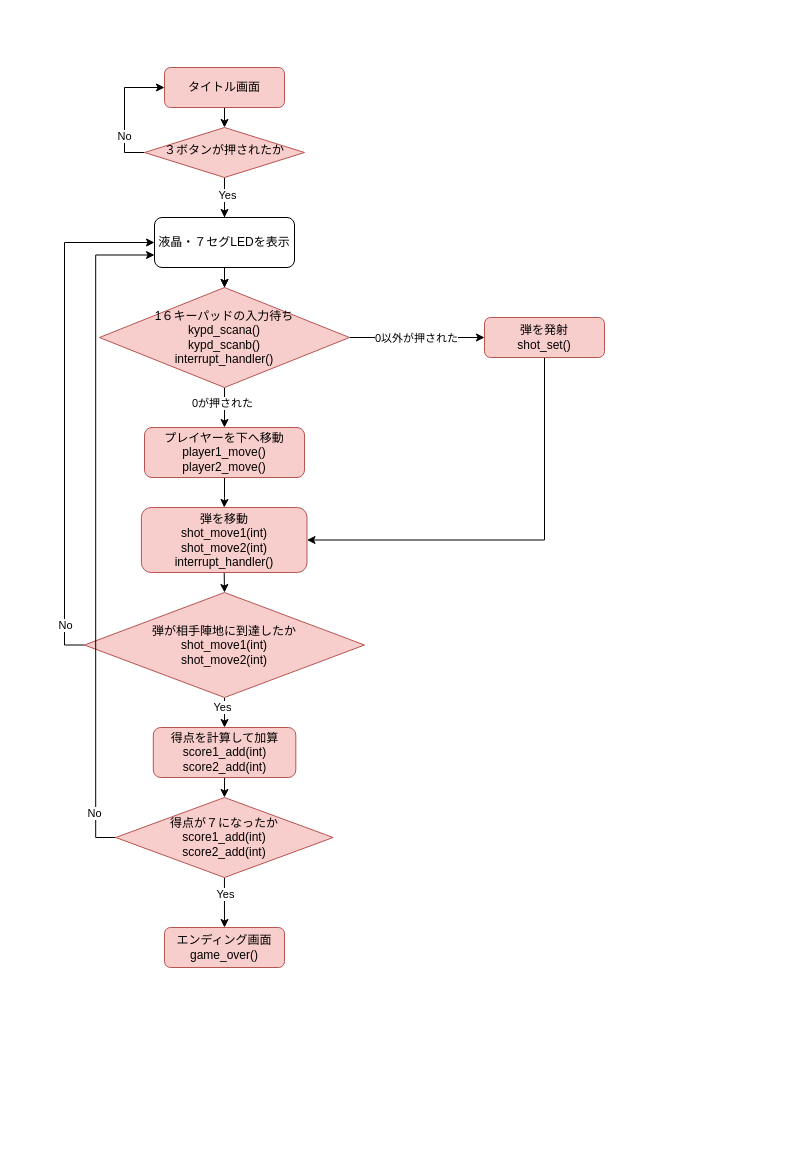
The draw.io diagram 名称未設定ファイル.drawio in Yuki-Hideo/MPjikken, before the edit. Source tidied: cells renumbered, new cells numbered last; positions are measured from the earlier drawing's top-left corner, leaving out a move shared by most shapes. Both pictures are drawn from the tidied source at 100%, with x=0, y=0 at pixel (84, 67).
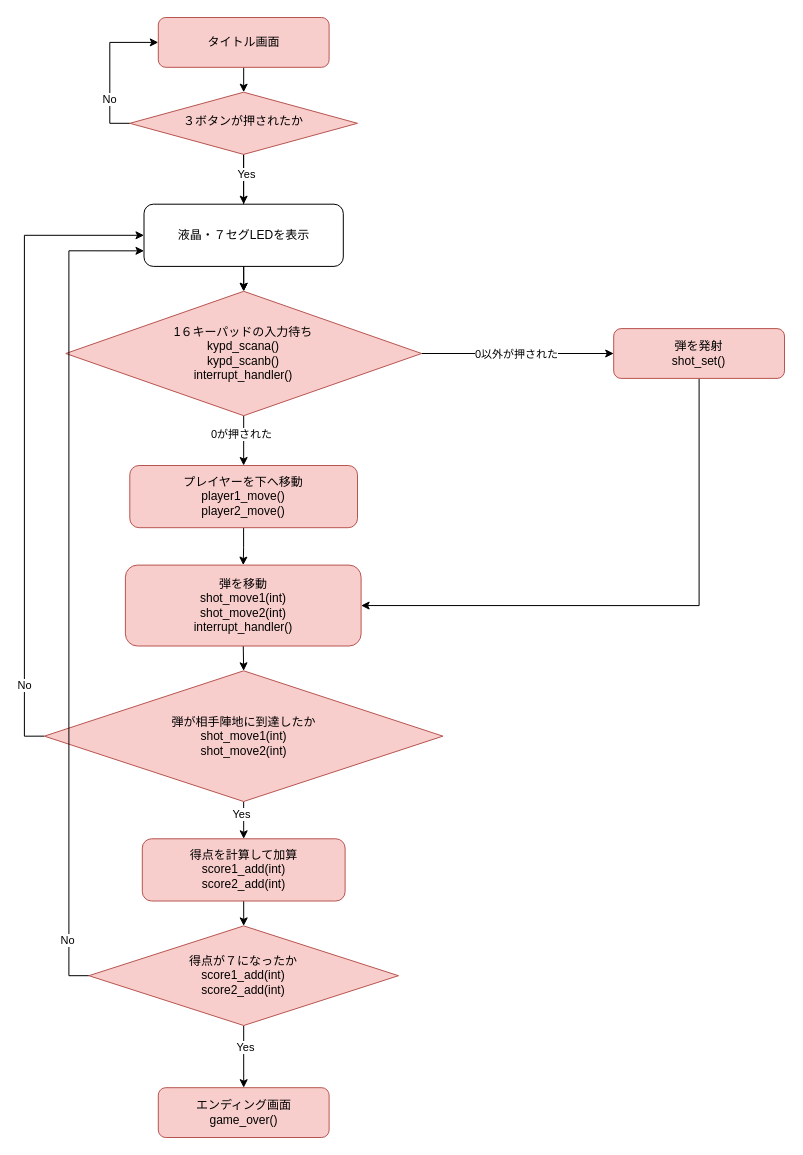
The same diagram, later.

Commit message (it also covers changes not shown here):
名称未設定ファイル.drawio を更新します

Diff of the diagram source:
```diff
@@
+    <mxCell id="36" style="group;" parent="1" vertex="1">
+      <mxGeometry x="-40.1" y="-50" width="740.1" height="1120" as="geometry" />
+    </mxCell>
-    <mxCell id="2" style="edgeStyle=orthogonalEdgeStyle;rounded=0;jettySize=auto;html=1;exitX=0.5;exitY=1;exitDx=0;exitDy=0;entryX=0.5;entryY=0;entryDx=0;entryDy=0;" parent="1" edge="1" source="3" target="9">
+    <mxCell id="2" style="edgeStyle=orthogonalEdgeStyle;rounded=0;jettySize=auto;html=1;exitX=0.5;exitY=1;exitDx=0;exitDy=0;entryX=0.5;entryY=0;entryDx=0;entryDy=0;" parent="36" edge="1" source="3" target="9">
       <mxGeometry relative="1" as="geometry" />
     </mxCell>
-    <mxCell id="3" value="タイトル画面" style="rounded=1;whiteSpace=wrap;html=1;fontSize=12;glass=0;strokeWidth=1;shadow=0;fillColor=#f8cecc;strokeColor=#b85450;" parent="1" vertex="1">
-      <mxGeometry x="80" width="120" height="40" as="geometry" />
+    <mxCell id="3" value="タイトル画面" style="rounded=1;whiteSpace=wrap;html=1;fontSize=12;glass=0;strokeWidth=1;shadow=0;fillColor=#f8cecc;strokeColor=#b85450;" parent="36" vertex="1">
+      <mxGeometry x="113.9" width="170.8" height="49.8" as="geometry" />
     </mxCell>
-    <mxCell id="4" style="edgeStyle=orthogonalEdgeStyle;rounded=0;jettySize=auto;html=1;entryX=0.5;entryY=0;entryDx=0;entryDy=0;" parent="1" edge="1" source="9" target="11">
+    <mxCell id="4" style="edgeStyle=orthogonalEdgeStyle;rounded=0;jettySize=auto;html=1;entryX=0.5;entryY=0;entryDx=0;entryDy=0;" parent="36" edge="1" source="9" target="11">
       <mxGeometry relative="1" as="geometry" />
     </mxCell>
-    <mxCell id="5" style="edgeStyle=orthogonalEdgeStyle;rounded=0;jettySize=auto;html=1;" parent="1" edge="1" source="9" target="16">
+    <mxCell id="5" style="edgeStyle=orthogonalEdgeStyle;rounded=0;jettySize=auto;html=1;" parent="36" edge="1" source="9" target="16">
       <mxGeometry relative="1" as="geometry" />
     </mxCell>
@@
-    <mxCell id="7" style="edgeStyle=orthogonalEdgeStyle;rounded=0;jettySize=auto;html=1;exitX=0;exitY=0.5;exitDx=0;exitDy=0;entryX=0;entryY=0.5;entryDx=0;entryDy=0;" parent="1" edge="1" source="9" target="3">
+    <mxCell id="7" style="edgeStyle=orthogonalEdgeStyle;rounded=0;jettySize=auto;html=1;exitX=0;exitY=0.5;exitDx=0;exitDy=0;entryX=0;entryY=0.5;entryDx=0;entryDy=0;" parent="36" edge="1" source="9" target="3">
       <mxGeometry relative="1" as="geometry" />
     </mxCell>
@@
-    <mxCell id="9" value="３ボタンが押されたか" style="rhombus;whiteSpace=wrap;html=1;shadow=0;fontFamily=Helvetica;fontSize=12;align=center;strokeWidth=1;spacing=6;spacingTop=-4;fillColor=#f8cecc;strokeColor=#b85450;" parent="1" vertex="1">
-      <mxGeometry x="60" y="60" width="160" height="50" as="geometry" />
+    <mxCell id="9" value="３ボタンが押されたか" style="rhombus;whiteSpace=wrap;html=1;shadow=0;fontFamily=Helvetica;fontSize=12;align=center;strokeWidth=1;spacing=6;spacingTop=-4;fillColor=#f8cecc;strokeColor=#b85450;" parent="36" vertex="1">
+      <mxGeometry x="85.4" y="74.7" width="227.7" height="62.2" as="geometry" />
     </mxCell>
-    <mxCell id="10" style="edgeStyle=orthogonalEdgeStyle;rounded=0;jettySize=auto;html=1;entryX=0.5;entryY=0;entryDx=0;entryDy=0;" parent="1" edge="1" source="11" target="16">
+    <mxCell id="10" style="edgeStyle=orthogonalEdgeStyle;rounded=0;jettySize=auto;html=1;entryX=0.5;entryY=0;entryDx=0;entryDy=0;" parent="36" edge="1" source="11" target="16">
       <mxGeometry relative="1" as="geometry" />
     </mxCell>
-    <mxCell id="11" value="液晶・７セグLEDを表示" style="rounded=1;whiteSpace=wrap;html=1;" parent="1" vertex="1">
-      <mxGeometry x="70" y="150" width="140" height="50" as="geometry" />
+    <mxCell id="11" value="液晶・７セグLEDを表示" style="rounded=1;whiteSpace=wrap;html=1;" parent="36" vertex="1">
+      <mxGeometry x="99.6" y="186.7" width="199.3" height="62.2" as="geometry" />
     </mxCell>
-    <mxCell id="12" style="edgeStyle=orthogonalEdgeStyle;rounded=0;jettySize=auto;html=1;exitX=0.5;exitY=1;exitDx=0;exitDy=0;entryX=0.5;entryY=0;entryDx=0;entryDy=0;" parent="1" edge="1" source="16" target="18">
+    <mxCell id="12" style="edgeStyle=orthogonalEdgeStyle;rounded=0;jettySize=auto;html=1;exitX=0.5;exitY=1;exitDx=0;exitDy=0;entryX=0.5;entryY=0;entryDx=0;entryDy=0;" parent="36" edge="1" source="16" target="18">
       <mxGeometry relative="1" as="geometry" />
     </mxCell>
@@
-    <mxCell id="14" style="edgeStyle=orthogonalEdgeStyle;rounded=0;jettySize=auto;html=1;exitX=1;exitY=0.5;exitDx=0;exitDy=0;entryX=0;entryY=0.5;entryDx=0;entryDy=0;" parent="1" edge="1" source="16" target="22">
+    <mxCell id="14" style="edgeStyle=orthogonalEdgeStyle;rounded=0;jettySize=auto;html=1;exitX=1;exitY=0.5;exitDx=0;exitDy=0;entryX=0;entryY=0.5;entryDx=0;entryDy=0;" parent="36" edge="1" source="16" target="22">
       <mxGeometry relative="1" as="geometry" />
     </mxCell>
@@
-    <mxCell id="16" value="1６キーパッドの入力待ち&lt;div&gt;kypd_scana()&lt;/div&gt;&lt;div&gt;kypd_scanb()&lt;/div&gt;&lt;div&gt;interrupt_handler()&lt;/div&gt;" style="rhombus;whiteSpace=wrap;html=1;fillColor=#f8cecc;strokeColor=#b85450;" parent="1" vertex="1">
-      <mxGeometry x="15" y="220" width="250" height="100" as="geometry" />
+    <mxCell id="16" value="1６キーパッドの入力待ち&lt;div&gt;kypd_scana()&lt;/div&gt;&lt;div&gt;kypd_scanb()&lt;/div&gt;&lt;div&gt;interrupt_handler()&lt;/div&gt;" style="rhombus;whiteSpace=wrap;html=1;fillColor=#f8cecc;strokeColor=#b85450;" parent="36" vertex="1">
+      <mxGeometry x="21.4" y="273.8" width="355.8" height="124.4" as="geometry" />
     </mxCell>
-    <mxCell id="17" style="edgeStyle=orthogonalEdgeStyle;rounded=0;jettySize=auto;html=1;entryX=0.5;entryY=0;entryDx=0;entryDy=0;" parent="1" edge="1" source="18" target="20">
+    <mxCell id="17" style="edgeStyle=orthogonalEdgeStyle;rounded=0;jettySize=auto;html=1;entryX=0.5;entryY=0;entryDx=0;entryDy=0;" parent="36" edge="1" source="18" target="20">
       <mxGeometry relative="1" as="geometry" />
     </mxCell>
-    <mxCell id="18" value="プレイヤーを下へ移動&lt;div&gt;player1_move()&lt;/div&gt;&lt;div&gt;player2_move()&lt;/div&gt;" style="rounded=1;whiteSpace=wrap;html=1;fillColor=#f8cecc;strokeColor=#b85450;" parent="1" vertex="1">
-      <mxGeometry x="60" y="360" width="160" height="50" as="geometry" />
+    <mxCell id="18" value="プレイヤーを下へ移動&lt;div&gt;player1_move()&lt;/div&gt;&lt;div&gt;player2_move()&lt;/div&gt;" style="rounded=1;whiteSpace=wrap;html=1;fillColor=#f8cecc;strokeColor=#b85450;" parent="36" vertex="1">
+      <mxGeometry x="85.4" y="448" width="227.7" height="62.2" as="geometry" />
     </mxCell>
-    <mxCell id="19" style="edgeStyle=orthogonalEdgeStyle;rounded=0;jettySize=auto;html=1;exitX=0.5;exitY=1;exitDx=0;exitDy=0;entryX=0.5;entryY=0;entryDx=0;entryDy=0;" parent="1" edge="1" source="20" target="27">
+    <mxCell id="19" style="edgeStyle=orthogonalEdgeStyle;rounded=0;jettySize=auto;html=1;exitX=0.5;exitY=1;exitDx=0;exitDy=0;entryX=0.5;entryY=0;entryDx=0;entryDy=0;" parent="36" edge="1" source="20" target="27">
       <mxGeometry relative="1" as="geometry" />
     </mxCell>
-    <mxCell id="20" value="弾を移動&lt;div&gt;shot_move1(int)&lt;/div&gt;&lt;div&gt;shot_move2(int)&lt;/div&gt;&lt;div&gt;interrupt_handler()&lt;/div&gt;" style="rounded=1;whiteSpace=wrap;html=1;fillColor=#f8cecc;strokeColor=#b85450;" parent="1" vertex="1">
-      <mxGeometry x="56.9" y="440" width="165.6" height="65" as="geometry" />
+    <mxCell id="20" value="弾を移動&lt;div&gt;shot_move1(int)&lt;/div&gt;&lt;div&gt;shot_move2(int)&lt;/div&gt;&lt;div&gt;interrupt_handler()&lt;/div&gt;" style="rounded=1;whiteSpace=wrap;html=1;fillColor=#f8cecc;strokeColor=#b85450;" parent="36" vertex="1">
+      <mxGeometry x="81" y="547.6" width="235.7" height="80.9" as="geometry" />
     </mxCell>
-    <mxCell id="21" style="edgeStyle=orthogonalEdgeStyle;rounded=0;jettySize=auto;html=1;exitX=0.5;exitY=1;exitDx=0;exitDy=0;entryX=1;entryY=0.5;entryDx=0;entryDy=0;" parent="1" edge="1" source="22" target="20">
+    <mxCell id="21" style="edgeStyle=orthogonalEdgeStyle;rounded=0;jettySize=auto;html=1;exitX=0.5;exitY=1;exitDx=0;exitDy=0;entryX=1;entryY=0.5;entryDx=0;entryDy=0;" parent="36" edge="1" source="22" target="20">
       <mxGeometry relative="1" as="geometry" />
     </mxCell>
-    <mxCell id="22" value="弾を発射&lt;div&gt;shot_set()&lt;/div&gt;" style="rounded=1;whiteSpace=wrap;html=1;fillColor=#f8cecc;strokeColor=#b85450;" parent="1" vertex="1">
-      <mxGeometry x="400" y="250" width="120" height="40" as="geometry" />
+    <mxCell id="22" value="弾を発射&lt;div&gt;shot_set()&lt;/div&gt;" style="rounded=1;whiteSpace=wrap;html=1;fillColor=#f8cecc;strokeColor=#b85450;" parent="36" vertex="1">
+      <mxGeometry x="569.3" y="311.1" width="170.8" height="49.8" as="geometry" />
     </mxCell>
-    <mxCell id="23" style="edgeStyle=orthogonalEdgeStyle;rounded=0;jettySize=auto;html=1;exitX=0.5;exitY=1;exitDx=0;exitDy=0;entryX=0.5;entryY=0;entryDx=0;entryDy=0;" parent="1" edge="1" source="27" target="29">
+    <mxCell id="23" style="edgeStyle=orthogonalEdgeStyle;rounded=0;jettySize=auto;html=1;exitX=0.5;exitY=1;exitDx=0;exitDy=0;entryX=0.5;entryY=0;entryDx=0;entryDy=0;" parent="36" edge="1" source="27" target="29">
       <mxGeometry relative="1" as="geometry" />
     </mxCell>
@@
-    <mxCell id="25" style="edgeStyle=orthogonalEdgeStyle;rounded=0;jettySize=auto;html=1;exitX=0;exitY=0.5;exitDx=0;exitDy=0;entryX=0;entryY=0.5;entryDx=0;entryDy=0;" parent="1" edge="1" source="27" target="11">
+    <mxCell id="25" style="edgeStyle=orthogonalEdgeStyle;rounded=0;jettySize=auto;html=1;exitX=0;exitY=0.5;exitDx=0;exitDy=0;entryX=0;entryY=0.5;entryDx=0;entryDy=0;" parent="36" edge="1" source="27" target="11">
       <mxGeometry relative="1" as="geometry" />
     </mxCell>
@@
-    <mxCell id="27" value="弾が相手陣地に到達したか&lt;div&gt;shot_move1(int)&lt;/div&gt;&lt;div&gt;shot_move2(int)&lt;/div&gt;" style="rhombus;whiteSpace=wrap;html=1;fillColor=#f8cecc;strokeColor=#b85450;" parent="1" vertex="1">
-      <mxGeometry y="525" width="280" height="105" as="geometry" />
+    <mxCell id="27" value="弾が相手陣地に到達したか&lt;div&gt;shot_move1(int)&lt;/div&gt;&lt;div&gt;shot_move2(int)&lt;/div&gt;" style="rhombus;whiteSpace=wrap;html=1;fillColor=#f8cecc;strokeColor=#b85450;" parent="36" vertex="1">
+      <mxGeometry y="653.3" width="398.5" height="130.7" as="geometry" />
     </mxCell>
-    <mxCell id="28" style="edgeStyle=orthogonalEdgeStyle;rounded=0;jettySize=auto;html=1;exitX=0.5;exitY=1;exitDx=0;exitDy=0;entryX=0.5;entryY=0;entryDx=0;entryDy=0;" parent="1" edge="1" source="29" target="34">
+    <mxCell id="28" style="edgeStyle=orthogonalEdgeStyle;rounded=0;jettySize=auto;html=1;exitX=0.5;exitY=1;exitDx=0;exitDy=0;entryX=0.5;entryY=0;entryDx=0;entryDy=0;" parent="36" edge="1" source="29" target="34">
       <mxGeometry relative="1" as="geometry" />
     </mxCell>
-    <mxCell id="29" value="得点を計算して加算&lt;div&gt;score1_add(int)&lt;/div&gt;&lt;div&gt;score2_add(int)&lt;/div&gt;" style="rounded=1;whiteSpace=wrap;html=1;fillColor=#f8cecc;strokeColor=#b85450;" parent="1" vertex="1">
-      <mxGeometry x="68.8" y="660" width="142.5" height="50" as="geometry" />
+    <mxCell id="29" value="得点を計算して加算&lt;div&gt;score1_add(int)&lt;/div&gt;&lt;div&gt;score2_add(int)&lt;/div&gt;" style="rounded=1;whiteSpace=wrap;html=1;fillColor=#f8cecc;strokeColor=#b85450;" parent="36" vertex="1">
+      <mxGeometry x="97.9" y="821.3" width="202.8" height="62.2" as="geometry" />
     </mxCell>
-    <mxCell id="30" style="edgeStyle=orthogonalEdgeStyle;rounded=0;jettySize=auto;html=1;exitX=0.5;exitY=1;exitDx=0;exitDy=0;entryX=0.5;entryY=0;entryDx=0;entryDy=0;" parent="1" edge="1" source="34" target="35">
+    <mxCell id="30" style="edgeStyle=orthogonalEdgeStyle;rounded=0;jettySize=auto;html=1;exitX=0.5;exitY=1;exitDx=0;exitDy=0;entryX=0.5;entryY=0;entryDx=0;entryDy=0;" parent="36" edge="1" source="34" target="35">
       <mxGeometry relative="1" as="geometry" />
     </mxCell>
@@
-    <mxCell id="32" style="edgeStyle=orthogonalEdgeStyle;rounded=0;jettySize=auto;html=1;exitX=0;exitY=0.5;exitDx=0;exitDy=0;entryX=0;entryY=0.75;entryDx=0;entryDy=0;" parent="1" edge="1" source="34" target="11">
+    <mxCell id="32" style="edgeStyle=orthogonalEdgeStyle;rounded=0;jettySize=auto;html=1;exitX=0;exitY=0.5;exitDx=0;exitDy=0;entryX=0;entryY=0.75;entryDx=0;entryDy=0;" parent="36" edge="1" source="34" target="11">
       <mxGeometry relative="1" as="geometry" />
     </mxCell>
@@
-    <mxCell id="34" value="得点が７になったか&lt;div&gt;&lt;div&gt;score1_add(int)&lt;/div&gt;&lt;div&gt;score2_add(int)&lt;/div&gt;&lt;/div&gt;" style="rhombus;whiteSpace=wrap;html=1;fillColor=#f8cecc;strokeColor=#b85450;" parent="1" vertex="1">
-      <mxGeometry x="31.2" y="730" width="217.5" height="80" as="geometry" />
+    <mxCell id="34" value="得点が７になったか&lt;div&gt;&lt;div&gt;score1_add(int)&lt;/div&gt;&lt;div&gt;score2_add(int)&lt;/div&gt;&lt;/div&gt;" style="rhombus;whiteSpace=wrap;html=1;fillColor=#f8cecc;strokeColor=#b85450;" parent="36" vertex="1">
+      <mxGeometry x="44.5" y="908.4" width="309.6" height="99.6" as="geometry" />
     </mxCell>
-    <mxCell id="35" value="エンディング画面&lt;div&gt;game_over()&lt;/div&gt;" style="rounded=1;whiteSpace=wrap;html=1;fillColor=#f8cecc;strokeColor=#b85450;" parent="1" vertex="1">
-      <mxGeometry x="80" y="860" width="120" height="40" as="geometry" />
+    <mxCell id="35" value="エンディング画面&lt;div&gt;game_over()&lt;/div&gt;" style="rounded=1;whiteSpace=wrap;html=1;fillColor=#f8cecc;strokeColor=#b85450;" parent="36" vertex="1">
+      <mxGeometry x="113.9" y="1070.2" width="170.8" height="49.8" as="geometry" />
     </mxCell>
```
